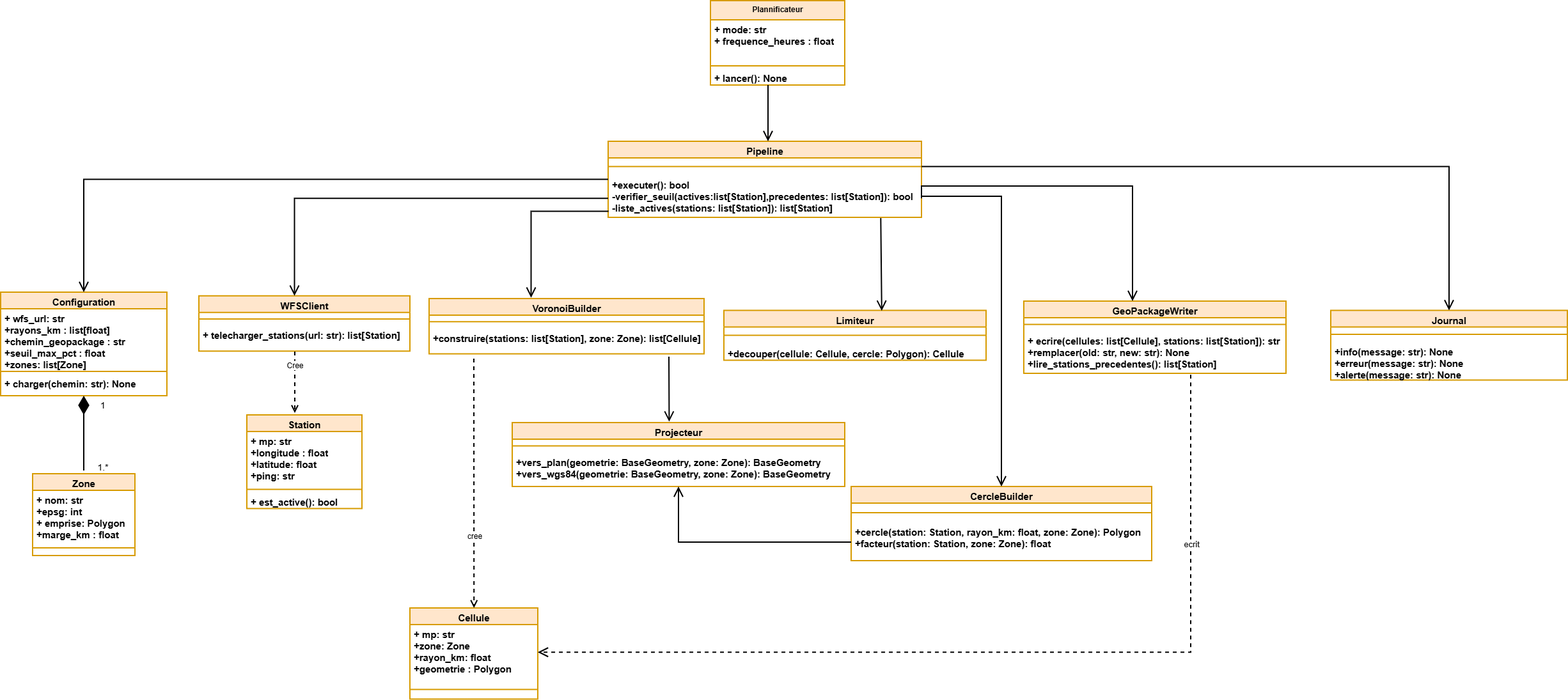
The draw.io diagram Diagramme de classe.png in Akatebra/Projet_Info_Voronoi, before a commit. Source tidied: cells renumbered, new cells last; positions are measured from the earlier drawing's top-left corner, leaving out a move shared by most shapes.
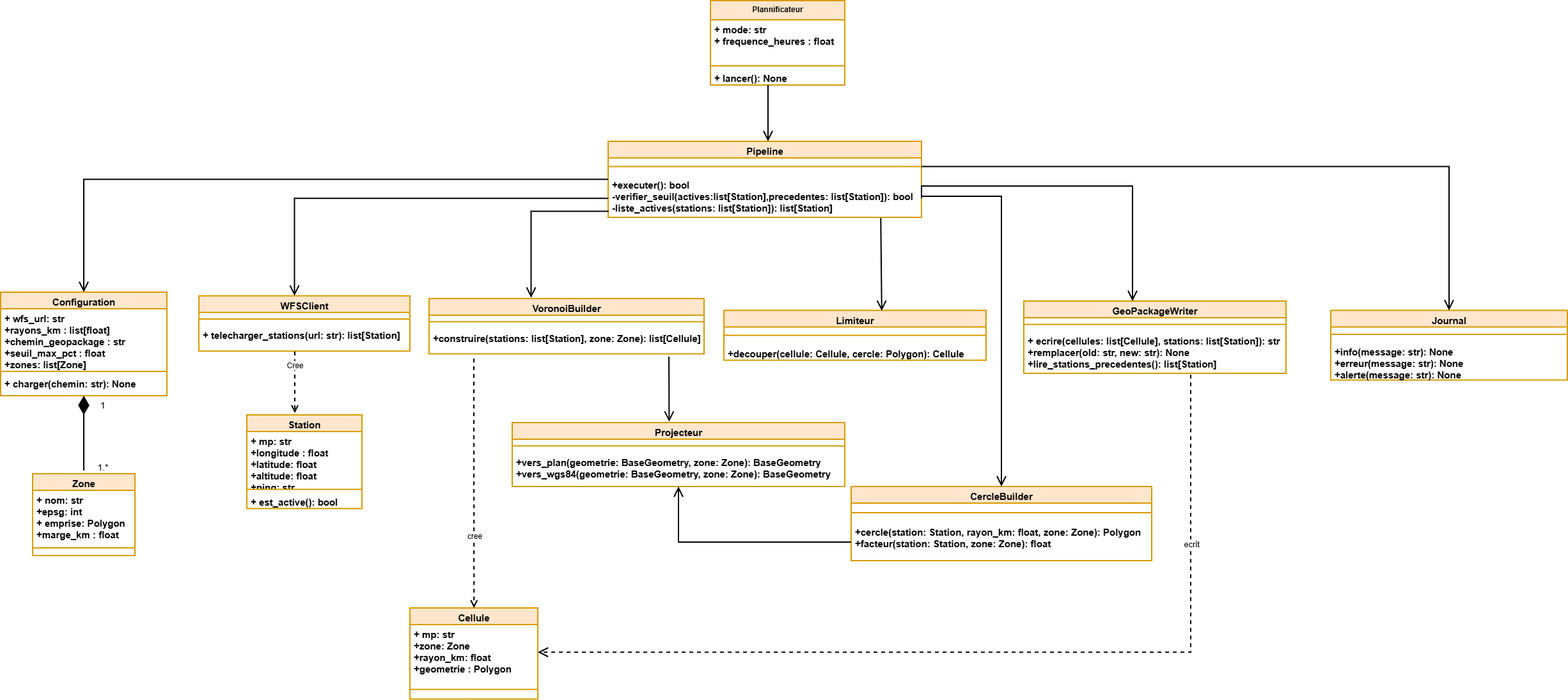
The same diagram one commit later.

Commit message:
Mettre à jour Diagramme de classe.png

Diff of the diagram source:
```diff
@@ -116,7 +116,7 @@
     <mxCell id="36" value="&lt;font style=&quot;font-size: 15px;&quot;&gt;Station&lt;/font&gt;" style="swimlane;fontStyle=1;align=center;verticalAlign=top;horizontal=1;startSize=26;whiteSpace=wrap;html=1;strokeWidth=2;fillColor=#ffe6cc;strokeColor=#d79b00;" parent="1" vertex="1">
       <mxGeometry x="385" y="648" width="180" height="146.5" as="geometry" />
     </mxCell>
-    <mxCell id="37" value="&lt;b&gt;&lt;font style=&quot;font-size: 15px;&quot;&gt;+ mp: str&lt;/font&gt;&lt;/b&gt;&lt;div&gt;&lt;b&gt;&lt;font style=&quot;font-size: 15px;&quot;&gt;+longitude : float&lt;/font&gt;&lt;/b&gt;&lt;/div&gt;&lt;div&gt;&lt;b&gt;&lt;font style=&quot;font-size: 15px;&quot;&gt;+latitude: float&lt;/font&gt;&lt;/b&gt;&lt;/div&gt;&lt;div&gt;&lt;b&gt;&lt;font style=&quot;font-size: 15px;&quot;&gt;+ping: str&lt;/font&gt;&lt;/b&gt;&lt;/div&gt;" style="text;strokeColor=none;fillColor=none;align=left;verticalAlign=top;spacingLeft=4;spacingRight=4;overflow=hidden;whiteSpace=wrap;html=1;strokeWidth=2;" parent="36" vertex="1">
+    <mxCell id="37" value="&lt;b&gt;&lt;font style=&quot;font-size: 15px;&quot;&gt;+ mp: str&lt;/font&gt;&lt;/b&gt;&lt;div&gt;&lt;b&gt;&lt;font style=&quot;font-size: 15px;&quot;&gt;+longitude : float&lt;/font&gt;&lt;/b&gt;&lt;/div&gt;&lt;div&gt;&lt;b&gt;&lt;font style=&quot;font-size: 15px;&quot;&gt;+latitude: float&lt;/font&gt;&lt;/b&gt;&lt;/div&gt;&lt;div&gt;&lt;b&gt;&lt;font style=&quot;font-size: 15px;&quot;&gt;+altitude: float&lt;/font&gt;&lt;/b&gt;&lt;/div&gt;&lt;div&gt;&lt;b&gt;&lt;font style=&quot;font-size: 15px;&quot;&gt;+ping: str&lt;/font&gt;&lt;/b&gt;&lt;/div&gt;" style="text;strokeColor=none;fillColor=none;align=left;verticalAlign=top;spacingLeft=4;spacingRight=4;overflow=hidden;whiteSpace=wrap;html=1;strokeWidth=2;" parent="36" vertex="1">
       <mxGeometry y="26" width="180" height="86.5" as="geometry" />
     </mxCell>
     <mxCell id="38" style="line;strokeWidth=2;fillColor=none;align=left;verticalAlign=middle;spacingTop=-1;spacingLeft=3;spacingRight=3;labelPosition=right;strokeColor=inherit;labelPerimeter=1;" parent="36" vertex="1">
```
